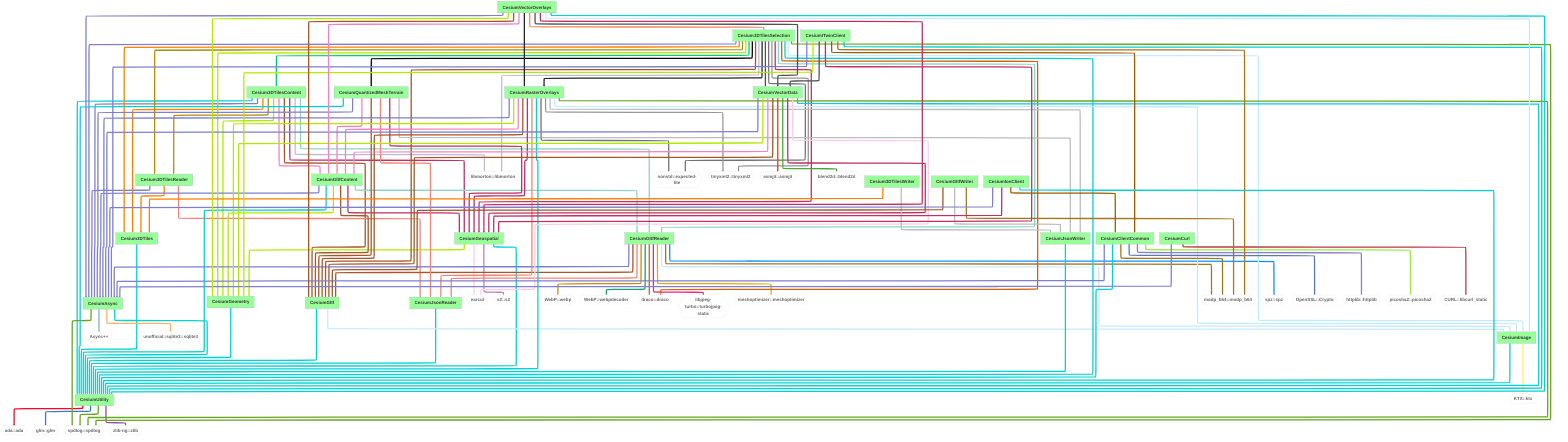
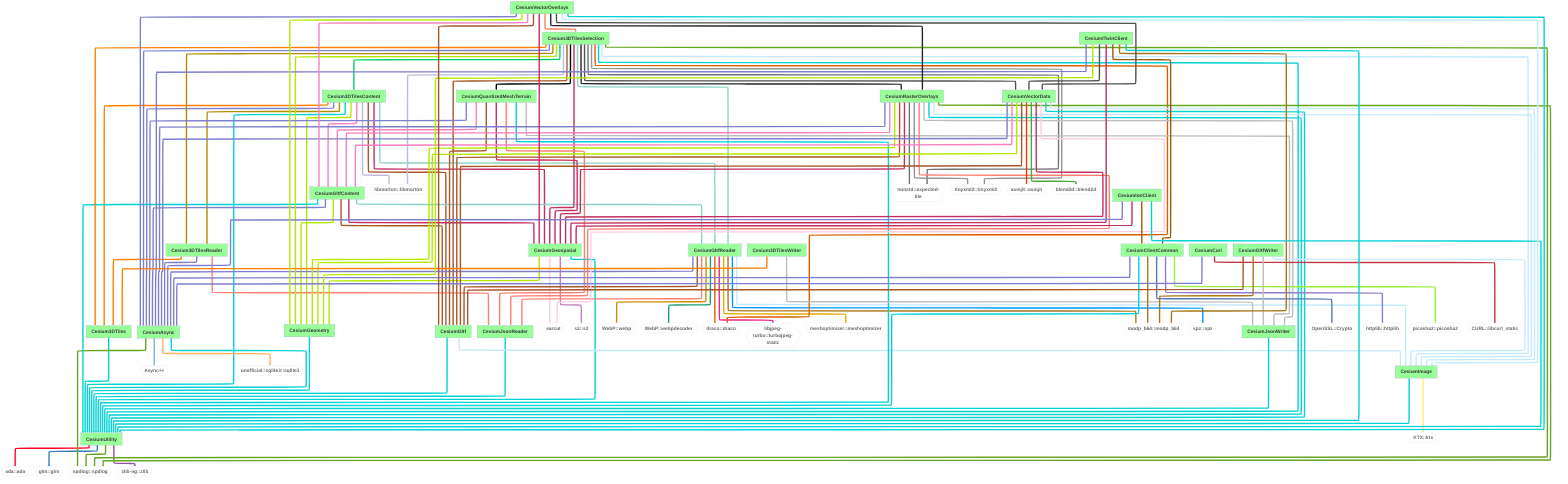
---
comment: This file was generated by dep-graph-gen. DO NOT EDIT THIS FILE!
config:
  layout: elk

---
graph TD
  classDef dependencyNode fill:#fff,stroke:#ccc,color:#666,font-weight:bold,font-size:28px
  classDef libraryNode fill:#9f9,font-weight:bold,font-size:28px
  CesiumUtility[CesiumUtility] --> ada_ada{{ada::ada}}
  CesiumUtility[CesiumUtility] --> glm_glm{{glm::glm}}
  CesiumUtility[CesiumUtility] --> spdlog_spdlog{{spdlog::spdlog}}
  CesiumUtility[CesiumUtility] --> zlib-ng_zlib{{zlib-ng::zlib}}
  Cesium3DTiles[Cesium3DTiles] --> CesiumUtility[CesiumUtility]
  Cesium3DTilesContent[Cesium3DTilesContent] --> Cesium3DTiles[Cesium3DTiles]
  Cesium3DTilesContent[Cesium3DTilesContent] --> Cesium3DTilesReader[Cesium3DTilesReader]
  Cesium3DTilesContent[Cesium3DTilesContent] --> CesiumAsync[CesiumAsync]
  Cesium3DTilesContent[Cesium3DTilesContent] --> CesiumGeometry[CesiumGeometry]
  Cesium3DTilesContent[Cesium3DTilesContent] --> CesiumGeospatial[CesiumGeospatial]
  Cesium3DTilesContent[Cesium3DTilesContent] --> CesiumGltf[CesiumGltf]
  Cesium3DTilesContent[Cesium3DTilesContent] --> CesiumGltfContent[CesiumGltfContent]
  Cesium3DTilesContent[Cesium3DTilesContent] --> CesiumGltfReader[CesiumGltfReader]
  Cesium3DTilesContent[Cesium3DTilesContent] --> CesiumUtility[CesiumUtility]
  Cesium3DTilesContent[Cesium3DTilesContent] --> libmorton_libmorton{{libmorton::libmorton}}
  Cesium3DTilesReader[Cesium3DTilesReader] --> Cesium3DTiles[Cesium3DTiles]
  Cesium3DTilesReader[Cesium3DTilesReader] --> CesiumAsync[CesiumAsync]
  Cesium3DTilesReader[Cesium3DTilesReader] --> CesiumJsonReader[CesiumJsonReader]
  CesiumAsync[CesiumAsync] --> Async_{{Async++}}
  CesiumAsync[CesiumAsync] --> CesiumUtility[CesiumUtility]
  CesiumAsync[CesiumAsync] --> spdlog_spdlog{{spdlog::spdlog}}
  CesiumAsync[CesiumAsync] --> unofficial_sqlite3_sqlite3{{unofficial::sqlite3::sqlite3}}
  CesiumJsonReader[CesiumJsonReader] --> CesiumUtility[CesiumUtility]
  CesiumGeometry[CesiumGeometry] --> CesiumUtility[CesiumUtility]
  CesiumGeospatial[CesiumGeospatial] --> CesiumGeometry[CesiumGeometry]
  CesiumGeospatial[CesiumGeospatial] --> CesiumUtility[CesiumUtility]
  CesiumGeospatial[CesiumGeospatial] --> earcut{{earcut}}
  CesiumGeospatial[CesiumGeospatial] --> s2_s2{{s2::s2}}
  CesiumImage[CesiumImage] --> CesiumUtility[CesiumUtility]
  CesiumImage[CesiumImage] --> KTX_ktx{{KTX::ktx}}
  CesiumGltf[CesiumGltf] --> CesiumImage[CesiumImage]
  CesiumGltf[CesiumGltf] --> CesiumUtility[CesiumUtility]
  CesiumGltfContent[CesiumGltfContent] --> CesiumAsync[CesiumAsync]
  CesiumGltfContent[CesiumGltfContent] --> CesiumGeometry[CesiumGeometry]
  CesiumGltfContent[CesiumGltfContent] --> CesiumGeospatial[CesiumGeospatial]
  CesiumGltfContent[CesiumGltfContent] --> CesiumGltf[CesiumGltf]
  CesiumGltfContent[CesiumGltfContent] --> CesiumGltfReader[CesiumGltfReader]
  CesiumGltfContent[CesiumGltfContent] --> CesiumUtility[CesiumUtility]
  CesiumGltfReader[CesiumGltfReader] --> CesiumAsync[CesiumAsync]
  CesiumGltfReader[CesiumGltfReader] --> CesiumGltf[CesiumGltf]
  CesiumGltfReader[CesiumGltfReader] --> CesiumImage[CesiumImage]
  CesiumGltfReader[CesiumGltfReader] --> CesiumJsonReader[CesiumJsonReader]
  CesiumGltfReader[CesiumGltfReader] --> WebP_webp{{WebP::webp}}
  CesiumGltfReader[CesiumGltfReader] --> WebP_webpdecoder{{WebP::webpdecoder}}
  CesiumGltfReader[CesiumGltfReader] --> draco_draco{{draco::draco}}
  CesiumGltfReader[CesiumGltfReader] --> libjpeg-turbo_turbojpeg-static{{libjpeg-turbo::turbojpeg-static}}
  CesiumGltfReader[CesiumGltfReader] --> meshoptimizer_meshoptimizer{{meshoptimizer::meshoptimizer}}
  CesiumGltfReader[CesiumGltfReader] --> modp_b64_modp_b64{{modp_b64::modp_b64}}
  CesiumGltfReader[CesiumGltfReader] --> spz_spz{{spz::spz}}
  Cesium3DTilesSelection[Cesium3DTilesSelection] --> Cesium3DTiles[Cesium3DTiles]
  Cesium3DTilesSelection[Cesium3DTilesSelection] --> Cesium3DTilesContent[Cesium3DTilesContent]
  Cesium3DTilesSelection[Cesium3DTilesSelection] --> Cesium3DTilesReader[Cesium3DTilesReader]
  Cesium3DTilesSelection[Cesium3DTilesSelection] --> CesiumAsync[CesiumAsync]
  Cesium3DTilesSelection[Cesium3DTilesSelection] --> CesiumGeometry[CesiumGeometry]
  Cesium3DTilesSelection[Cesium3DTilesSelection] --> CesiumGeospatial[CesiumGeospatial]
  Cesium3DTilesSelection[Cesium3DTilesSelection] --> CesiumGltf[CesiumGltf]
  Cesium3DTilesSelection[Cesium3DTilesSelection] --> CesiumGltfReader[CesiumGltfReader]
  Cesium3DTilesSelection[Cesium3DTilesSelection] --> CesiumImage[CesiumImage]
  Cesium3DTilesSelection[Cesium3DTilesSelection] --> CesiumQuantizedMeshTerrain[CesiumQuantizedMeshTerrain]
  Cesium3DTilesSelection[Cesium3DTilesSelection] --> CesiumRasterOverlays[CesiumRasterOverlays]
  Cesium3DTilesSelection[Cesium3DTilesSelection] --> CesiumUtility[CesiumUtility]
  Cesium3DTilesSelection[Cesium3DTilesSelection] --> CesiumVectorData[CesiumVectorData]
  Cesium3DTilesSelection[Cesium3DTilesSelection] --> draco_draco{{draco::draco}}
  Cesium3DTilesSelection[Cesium3DTilesSelection] --> libmorton_libmorton{{libmorton::libmorton}}
  Cesium3DTilesSelection[Cesium3DTilesSelection] --> nonstd_expected-lite{{nonstd::expected-lite}}
  Cesium3DTilesSelection[Cesium3DTilesSelection] --> spdlog_spdlog{{spdlog::spdlog}}
  Cesium3DTilesSelection[Cesium3DTilesSelection] --> tinyxml2_tinyxml2{{tinyxml2::tinyxml2}}
  CesiumQuantizedMeshTerrain[CesiumQuantizedMeshTerrain] --> CesiumAsync[CesiumAsync]
  CesiumQuantizedMeshTerrain[CesiumQuantizedMeshTerrain] --> CesiumGeospatial[CesiumGeospatial]
  CesiumQuantizedMeshTerrain[CesiumQuantizedMeshTerrain] --> CesiumGltf[CesiumGltf]
  CesiumQuantizedMeshTerrain[CesiumQuantizedMeshTerrain] --> CesiumGltfContent[CesiumGltfContent]
  CesiumQuantizedMeshTerrain[CesiumQuantizedMeshTerrain] --> CesiumJsonReader[CesiumJsonReader]
  CesiumQuantizedMeshTerrain[CesiumQuantizedMeshTerrain] --> CesiumJsonWriter[CesiumJsonWriter]
  CesiumQuantizedMeshTerrain[CesiumQuantizedMeshTerrain] --> CesiumUtility[CesiumUtility]
  CesiumJsonWriter[CesiumJsonWriter] --> CesiumUtility[CesiumUtility]
  CesiumRasterOverlays[CesiumRasterOverlays] --> CesiumAsync[CesiumAsync]
  CesiumRasterOverlays[CesiumRasterOverlays] --> CesiumGeometry[CesiumGeometry]
  CesiumRasterOverlays[CesiumRasterOverlays] --> CesiumGeospatial[CesiumGeospatial]
  CesiumRasterOverlays[CesiumRasterOverlays] --> CesiumGltf[CesiumGltf]
  CesiumRasterOverlays[CesiumRasterOverlays] --> CesiumGltfContent[CesiumGltfContent]
  CesiumRasterOverlays[CesiumRasterOverlays] --> CesiumImage[CesiumImage]
  CesiumRasterOverlays[CesiumRasterOverlays] --> CesiumJsonReader[CesiumJsonReader]
  CesiumRasterOverlays[CesiumRasterOverlays] --> CesiumJsonWriter[CesiumJsonWriter]
  CesiumRasterOverlays[CesiumRasterOverlays] --> CesiumUtility[CesiumUtility]
  CesiumRasterOverlays[CesiumRasterOverlays] --> nonstd_expected-lite{{nonstd::expected-lite}}
  CesiumRasterOverlays[CesiumRasterOverlays] --> spdlog_spdlog{{spdlog::spdlog}}
  CesiumRasterOverlays[CesiumRasterOverlays] --> tinyxml2_tinyxml2{{tinyxml2::tinyxml2}}
  CesiumVectorData[CesiumVectorData] --> CesiumAsync[CesiumAsync]
  CesiumVectorData[CesiumVectorData] --> CesiumGeometry[CesiumGeometry]
  CesiumVectorData[CesiumVectorData] --> CesiumGeospatial[CesiumGeospatial]
  CesiumVectorData[CesiumVectorData] --> CesiumGltf[CesiumGltf]
  CesiumVectorData[CesiumVectorData] --> CesiumGltfContent[CesiumGltfContent]
+   CesiumVectorData[CesiumVectorData] --> CesiumImage[CesiumImage]
  CesiumVectorData[CesiumVectorData] --> CesiumUtility[CesiumUtility]
  CesiumVectorData[CesiumVectorData] --> asmjit_asmjit{{asmjit::asmjit}}
  CesiumVectorData[CesiumVectorData] --> blend2d_blend2d{{blend2d::blend2d}}
  CesiumVectorData[CesiumVectorData] --> earcut{{earcut}}
  Cesium3DTilesWriter[Cesium3DTilesWriter] --> Cesium3DTiles[Cesium3DTiles]
  Cesium3DTilesWriter[Cesium3DTilesWriter] --> CesiumJsonWriter[CesiumJsonWriter]
  CesiumClientCommon[CesiumClientCommon] --> CesiumAsync[CesiumAsync]
  CesiumClientCommon[CesiumClientCommon] --> CesiumUtility[CesiumUtility]
  CesiumClientCommon[CesiumClientCommon] --> OpenSSL_Crypto{{OpenSSL::Crypto}}
  CesiumClientCommon[CesiumClientCommon] --> httplib_httplib{{httplib::httplib}}
  CesiumClientCommon[CesiumClientCommon] --> modp_b64_modp_b64{{modp_b64::modp_b64}}
  CesiumClientCommon[CesiumClientCommon] --> picosha2_picosha2{{picosha2::picosha2}}
  CesiumCurl[CesiumCurl] --> CURL_libcurl_static{{CURL::libcurl_static}}
  CesiumCurl[CesiumCurl] --> CesiumAsync[CesiumAsync]
  CesiumGltfWriter[CesiumGltfWriter] --> CesiumGltf[CesiumGltf]
+   CesiumGltfWriter[CesiumGltfWriter] --> CesiumImage[CesiumImage]
  CesiumGltfWriter[CesiumGltfWriter] --> CesiumJsonWriter[CesiumJsonWriter]
  CesiumGltfWriter[CesiumGltfWriter] --> modp_b64_modp_b64{{modp_b64::modp_b64}}
  CesiumITwinClient[CesiumITwinClient] --> CesiumAsync[CesiumAsync]
  CesiumITwinClient[CesiumITwinClient] --> CesiumClientCommon[CesiumClientCommon]
  CesiumITwinClient[CesiumITwinClient] --> CesiumGeometry[CesiumGeometry]
  CesiumITwinClient[CesiumITwinClient] --> CesiumGeospatial[CesiumGeospatial]
  CesiumITwinClient[CesiumITwinClient] --> CesiumUtility[CesiumUtility]
  CesiumITwinClient[CesiumITwinClient] --> CesiumVectorData[CesiumVectorData]
  CesiumITwinClient[CesiumITwinClient] --> modp_b64_modp_b64{{modp_b64::modp_b64}}
  CesiumIonClient[CesiumIonClient] --> CesiumAsync[CesiumAsync]
  CesiumIonClient[CesiumIonClient] --> CesiumClientCommon[CesiumClientCommon]
  CesiumIonClient[CesiumIonClient] --> CesiumGeospatial[CesiumGeospatial]
  CesiumIonClient[CesiumIonClient] --> CesiumUtility[CesiumUtility]
  CesiumVectorOverlays[CesiumVectorOverlays] --> Cesium3DTilesSelection[Cesium3DTilesSelection]
  CesiumVectorOverlays[CesiumVectorOverlays] --> CesiumAsync[CesiumAsync]
  CesiumVectorOverlays[CesiumVectorOverlays] --> CesiumGeometry[CesiumGeometry]
  CesiumVectorOverlays[CesiumVectorOverlays] --> CesiumGeospatial[CesiumGeospatial]
  CesiumVectorOverlays[CesiumVectorOverlays] --> CesiumGltf[CesiumGltf]
  CesiumVectorOverlays[CesiumVectorOverlays] --> CesiumGltfContent[CesiumGltfContent]
  CesiumVectorOverlays[CesiumVectorOverlays] --> CesiumImage[CesiumImage]
  CesiumVectorOverlays[CesiumVectorOverlays] --> CesiumRasterOverlays[CesiumRasterOverlays]
  CesiumVectorOverlays[CesiumVectorOverlays] --> CesiumUtility[CesiumUtility]
  CesiumVectorOverlays[CesiumVectorOverlays] --> CesiumVectorData[CesiumVectorData]
  class ada_ada,glm_glm,spdlog_spdlog,zlib-ng_zlib,libmorton_libmorton,Async_,unofficial_sqlite3_sqlite3,earcut,s2_s2,KTX_ktx,WebP_webp,WebP_webpdecoder,draco_draco,libjpeg-turbo_turbojpeg-static,meshoptimizer_meshoptimizer,modp_b64_modp_b64,spz_spz,nonstd_expected-lite,tinyxml2_tinyxml2,asmjit_asmjit,blend2d_blend2d,OpenSSL_Crypto,httplib_httplib,picosha2_picosha2,CURL_libcurl_static dependencyNode
  class CesiumUtility,Cesium3DTiles,Cesium3DTilesReader,CesiumAsync,CesiumGeometry,CesiumGeospatial,CesiumGltf,CesiumGltfContent,CesiumGltfReader,Cesium3DTilesContent,CesiumJsonReader,CesiumImage,CesiumQuantizedMeshTerrain,CesiumRasterOverlays,CesiumVectorData,Cesium3DTilesSelection,CesiumJsonWriter,Cesium3DTilesWriter,CesiumClientCommon,CesiumCurl,CesiumGltfWriter,CesiumITwinClient,CesiumIonClient,CesiumVectorOverlays libraryNode
  linkStyle 0 stroke:#ff0029,stroke-width:8px
  linkStyle 1 stroke:#377eb8,stroke-width:8px
  linkStyle 2,20,65,85 stroke:#66a61e,stroke-width:8px
  linkStyle 3 stroke:#984ea3,stroke-width:8px
-   linkStyle 4,13,19,22,23,25,28,31,37,60,73,74,83,92,99,113,119,128 stroke:#00d2d5,stroke-width:8px
-   linkStyle 5,15,49,96 stroke:#ff7f00,stroke-width:8px
+   linkStyle 4,13,19,22,23,25,28,31,37,60,73,74,83,93,100,115,121,130 stroke:#00d2d5,stroke-width:8px
+   linkStyle 5,15,49,97 stroke:#ff7f00,stroke-width:8px
  linkStyle 6,51 stroke:#af8d00,stroke-width:8px
-   linkStyle 7,16,32,38,52,67,75,87,98,105,109,116,121 stroke:#7f80cd,stroke-width:8px
-   linkStyle 8,24,33,53,76,88,111,122 stroke:#b3e900,stroke-width:8px
-   linkStyle 9,34,54,68,77,89,112,118,123 stroke:#c42e60,stroke-width:8px
-   linkStyle 10,35,39,55,69,78,90,106,124 stroke:#a65628,stroke-width:8px
-   linkStyle 11,70,79,91,125 stroke:#f781bf,stroke-width:8px
+   linkStyle 7,16,32,38,52,67,75,87,99,106,111,118,123 stroke:#7f80cd,stroke-width:8px
+   linkStyle 8,24,33,53,76,88,113,124 stroke:#b3e900,stroke-width:8px
+   linkStyle 9,34,54,68,77,89,114,120,125 stroke:#c42e60,stroke-width:8px
+   linkStyle 10,35,39,55,69,78,90,107,126 stroke:#a65628,stroke-width:8px
+   linkStyle 11,70,79,91,127 stroke:#f781bf,stroke-width:8px
  linkStyle 12,36,56 stroke:#8dd3c7,stroke-width:8px
  linkStyle 14,63 stroke:#bebada,stroke-width:8px
  linkStyle 17,41,71,81 stroke:#fb8072,stroke-width:8px
  linkStyle 18 stroke:#80b1d3,stroke-width:8px
  linkStyle 21 stroke:#fdb462,stroke-width:8px
-   linkStyle 26,95 stroke:#fccde5,stroke-width:8px
+   linkStyle 26,96 stroke:#fccde5,stroke-width:8px
  linkStyle 27 stroke:#bc80bd,stroke-width:8px
  linkStyle 29 stroke:#ffed6f,stroke-width:8px
-   linkStyle 30,40,57,80,126 stroke:#c4eaff,stroke-width:8px
+   linkStyle 30,40,57,80,92,108,128 stroke:#c4eaff,stroke-width:8px
  linkStyle 42 stroke:#cf8c00,stroke-width:8px
  linkStyle 43 stroke:#1b9e77,stroke-width:8px
  linkStyle 44,62 stroke:#d95f02,stroke-width:8px
  linkStyle 45 stroke:#e7298a,stroke-width:8px
  linkStyle 46 stroke:#e6ab02,stroke-width:8px
-   linkStyle 47,102,108,115 stroke:#a6761d,stroke-width:8px
+   linkStyle 47,103,110,117 stroke:#a6761d,stroke-width:8px
  linkStyle 48 stroke:#0097ff,stroke-width:8px
  linkStyle 50 stroke:#00d067,stroke-width:8px
  linkStyle 58 stroke:#000000,stroke-width:8px
-   linkStyle 59,127 stroke:#252525,stroke-width:8px
-   linkStyle 61,114,129 stroke:#525252,stroke-width:8px
+   linkStyle 59,129 stroke:#252525,stroke-width:8px
+   linkStyle 61,116,131 stroke:#525252,stroke-width:8px
  linkStyle 64,84 stroke:#737373,stroke-width:8px
  linkStyle 66,86 stroke:#969696,stroke-width:8px
-   linkStyle 72,82,97,107 stroke:#bdbdbd,stroke-width:8px
-   linkStyle 93 stroke:#f43600,stroke-width:8px
-   linkStyle 94 stroke:#4ba93b,stroke-width:8px
-   linkStyle 100 stroke:#5779bb,stroke-width:8px
-   linkStyle 101 stroke:#927acc,stroke-width:8px
-   linkStyle 103 stroke:#97ee3f,stroke-width:8px
-   linkStyle 104 stroke:#bf3947,stroke-width:8px
-   linkStyle 110,117 stroke:#9f5b00,stroke-width:8px
-   linkStyle 120 stroke:#f48758,stroke-width:8px
+   linkStyle 72,82,98,109 stroke:#bdbdbd,stroke-width:8px
+   linkStyle 94 stroke:#f43600,stroke-width:8px
+   linkStyle 95 stroke:#4ba93b,stroke-width:8px
+   linkStyle 101 stroke:#5779bb,stroke-width:8px
+   linkStyle 102 stroke:#927acc,stroke-width:8px
+   linkStyle 104 stroke:#97ee3f,stroke-width:8px
+   linkStyle 105 stroke:#bf3947,stroke-width:8px
+   linkStyle 112,119 stroke:#9f5b00,stroke-width:8px
+   linkStyle 122 stroke:#f48758,stroke-width:8px
